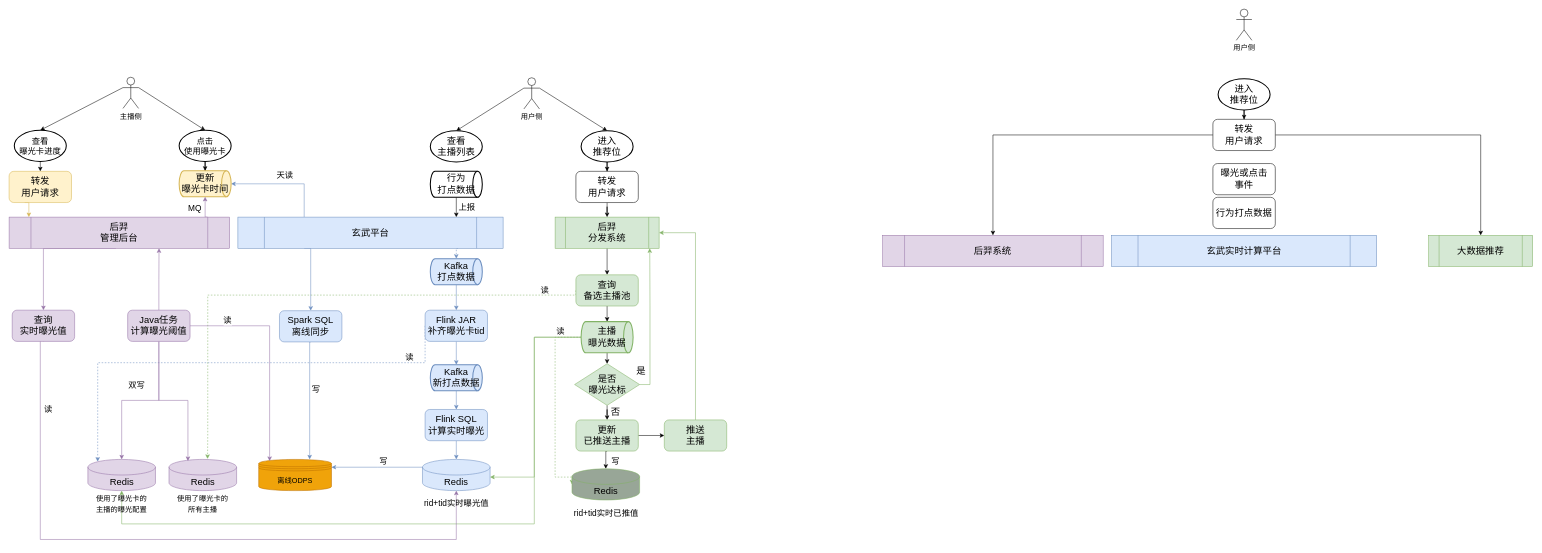
Earlier version of the draw.io diagram 官方扶持流量提醒.drawio (hongweilv-whu/flowCharts). Source tidied: cells renumbered, new cells numbered last; positions are measured from the earlier drawing's top-left corner, leaving out a move shared by most shapes. Both pictures are drawn from the tidied source at 52%, with x=0, y=0 at pixel (9, 9).
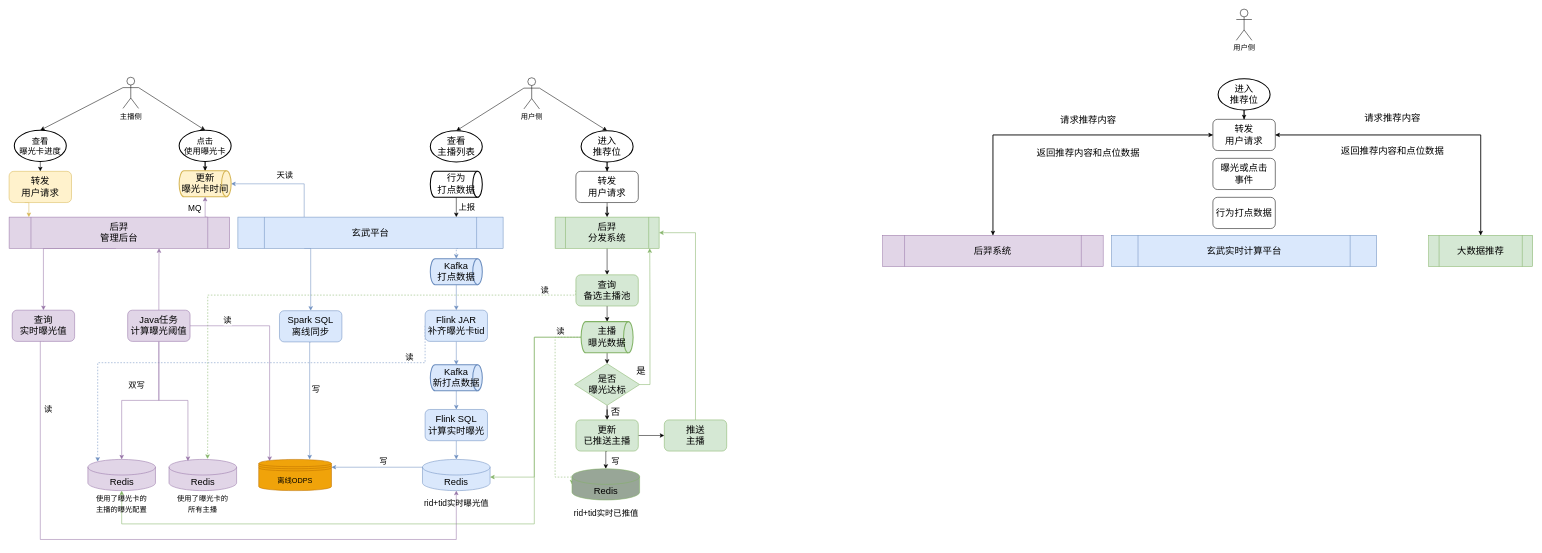
The same diagram, later.

Commit message (it also covers changes not shown here):
更新官方扶持流量提醒.drawio

Unchanged cells that the change refers to:
```xml
<mxCell id="93" value="大数据推荐" style="shape=process;whiteSpace=wrap;html=1;backgroundOutline=1;fontSize=18;fillColor=#d5e8d4;strokeColor=#82b366;" parent="1" vertex="1">
  <mxGeometry x="2730" y="435" width="200" height="60" as="geometry" />
</mxCell>
<mxCell id="95" value="后羿系统" style="shape=process;whiteSpace=wrap;html=1;backgroundOutline=1;fontSize=18;fillColor=#e1d5e7;strokeColor=#9673a6;points=[[0,0.25,0,0,0],[0,0.5,0,0,0],[0,0.75,0,0,0],[0,1,0,0,0],[0.09,0,0,0,-3],[0.25,0,0,0,0],[0.25,1,0,0,0],[0.5,0,0,0,0],[0.5,1,0,0,0],[0.68,1,0,0,0],[0.9,0,0,0,0],[1,0,0,0,0],[1,0.25,0,0,0],[1,0.5,0,0,0],[1,0.75,0,0,0],[1,1,0,0,0]];" parent="1" vertex="1">
  <mxGeometry x="1680" y="435" width="424" height="60" as="geometry" />
</mxCell>
<mxCell id="100" value="&lt;span style=&quot;font-size: 18px;&quot;&gt;转发&lt;br&gt;用户请求&lt;/span&gt;" style="rounded=1;whiteSpace=wrap;html=1;fontSize=14;" parent="1" vertex="1">
  <mxGeometry x="2315" y="212" width="120" height="60" as="geometry" />
</mxCell>
```

What changed in the source:
```diff
@@
+    <mxCell id="104" style="edgeStyle=orthogonalEdgeStyle;rounded=0;jettySize=auto;html=1;exitX=0.5;exitY=0;exitDx=0;exitDy=0;entryX=1;entryY=0.5;entryDx=0;entryDy=0;" parent="1" edge="1" source="93" target="100">
+      <mxGeometry relative="1" as="geometry" />
+    </mxCell>
@@
+    <mxCell id="105" style="edgeStyle=orthogonalEdgeStyle;rounded=0;jettySize=auto;html=1;exitX=0.5;exitY=0;exitDx=0;exitDy=0;exitPerimeter=0;entryX=0;entryY=0.5;entryDx=0;entryDy=0;" parent="1" edge="1" source="95" target="100">
+      <mxGeometry relative="1" as="geometry" />
+    </mxCell>
@@
     <mxCell id="102" value="&lt;span style=&quot;font-size: 18px;&quot;&gt;曝光或点击&lt;br&gt;事件&lt;/span&gt;" style="rounded=1;whiteSpace=wrap;html=1;fontSize=14;" parent="1" vertex="1">
-      <mxGeometry x="2315" y="297" width="120" height="60" as="geometry" />
+      <mxGeometry x="2315" y="287" width="120" height="60" as="geometry" />
     </mxCell>
@@
+    <mxCell id="106" value="&lt;font style=&quot;font-size: 18px;&quot;&gt;请求推荐内容&lt;/font&gt;" style="text;html=1;align=center;verticalAlign=middle;strokeColor=none;fillColor=none;" parent="1" vertex="1">
+      <mxGeometry x="2010" y="194" width="130" height="40" as="geometry" />
+    </mxCell>
+    <mxCell id="107" value="&lt;font style=&quot;font-size: 18px;&quot;&gt;返回推荐内容和点位数据&lt;/font&gt;" style="text;html=1;align=center;verticalAlign=middle;strokeColor=none;fillColor=none;" parent="1" vertex="1">
+      <mxGeometry x="1965" y="257" width="220" height="40" as="geometry" />
+    </mxCell>
+    <mxCell id="108" value="&lt;font style=&quot;font-size: 18px;&quot;&gt;请求推荐内容&lt;/font&gt;" style="text;html=1;align=center;verticalAlign=middle;strokeColor=none;fillColor=none;" parent="1" vertex="1">
+      <mxGeometry x="2595" y="190" width="130" height="40" as="geometry" />
+    </mxCell>
+    <mxCell id="109" value="&lt;font style=&quot;font-size: 18px;&quot;&gt;返回推荐内容和点位数据&lt;/font&gt;" style="text;html=1;align=center;verticalAlign=middle;strokeColor=none;fillColor=none;" parent="1" vertex="1">
+      <mxGeometry x="2550" y="253" width="220" height="40" as="geometry" />
+    </mxCell>
```
